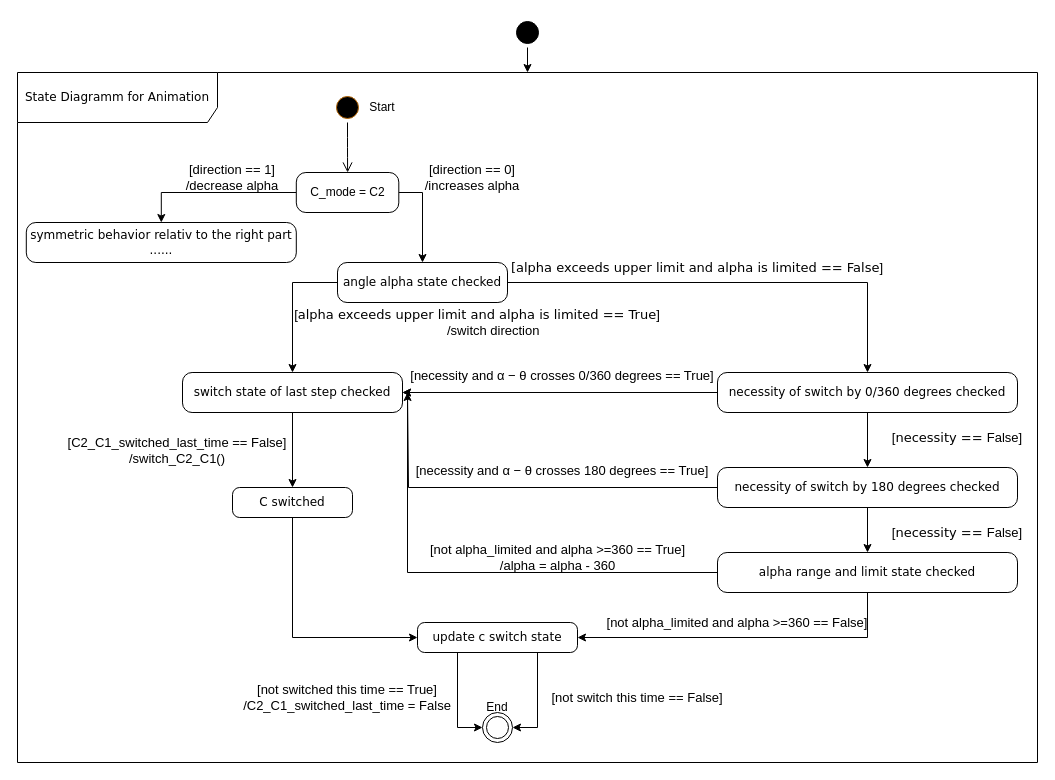
einsflash/Project_Pusher_Mechanism keeps this draw.io diagram as report/figures/animation_state_diagramm_1.drawio. Above is the earlier version. Source tidied: cells renumbered, new cells numbered last; positions are measured from the earlier drawing's top-left corner, leaving out a move shared by most shapes. Both pictures are drawn from the tidied source at 100%, with x=0, y=0 at pixel (17, 17).
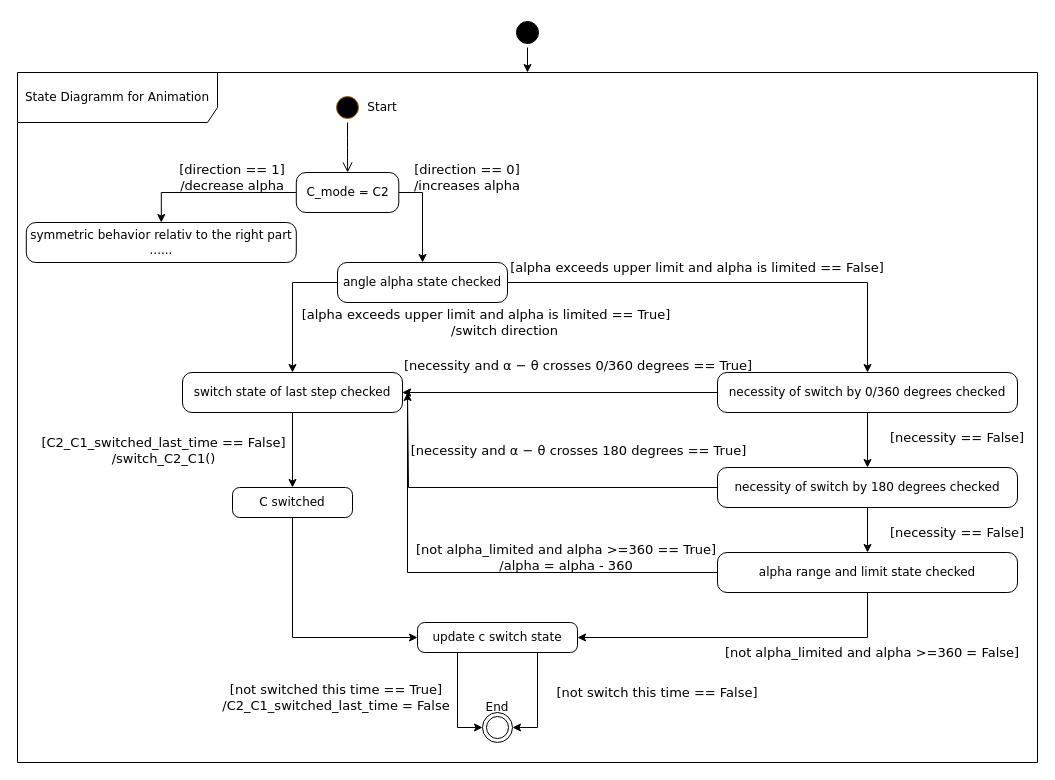
The same diagram, later.

Commit message (it also covers changes not shown here):
animation state diagramm fixed

Unchanged cells that the change refers to:
```xml
<mxCell id="2" value="State Diagramm for Animation" style="shape=umlFrame;whiteSpace=wrap;html=1;rounded=1;shadow=0;comic=0;labelBackgroundColor=none;strokeWidth=1;fontFamily=Verdana;fontSize=12;align=center;width=200;height=50;" parent="1" vertex="1">
  <mxGeometry y="55" width="1020" height="690" as="geometry" />
</mxCell>
<mxCell id="6" value="angle alpha state checked" style="rounded=1;whiteSpace=wrap;html=1;arcSize=24;shadow=0;comic=0;labelBackgroundColor=none;fontFamily=Verdana;fontSize=12;align=center;" parent="1" vertex="1">
  <mxGeometry x="320" y="245" width="170" height="40" as="geometry" />
</mxCell>
<mxCell id="7" value="symmetric behavior relativ to the right part&lt;div&gt;......&lt;/div&gt;" style="rounded=1;whiteSpace=wrap;html=1;arcSize=24;shadow=0;comic=0;labelBackgroundColor=none;fontFamily=Verdana;fontSize=12;align=center;" parent="1" vertex="1">
  <mxGeometry x="8.8" y="205" width="270" height="40" as="geometry" />
</mxCell>
<mxCell id="16" value="switch state of last step checked" style="rounded=1;whiteSpace=wrap;html=1;arcSize=24;shadow=0;comic=0;labelBackgroundColor=none;fontFamily=Verdana;fontSize=12;align=center;" parent="1" vertex="1">
  <mxGeometry x="165" y="355" width="220" height="40" as="geometry" />
</mxCell>
<mxCell id="19" value="C switched" style="rounded=1;whiteSpace=wrap;html=1;arcSize=24;shadow=0;comic=0;labelBackgroundColor=none;fontFamily=Verdana;fontSize=12;align=center;" parent="1" vertex="1">
  <mxGeometry x="215" y="470" width="120" height="30" as="geometry" />
</mxCell>
<mxCell id="23" value="necessity of switch by 0/360 degrees checked" style="rounded=1;whiteSpace=wrap;html=1;arcSize=24;shadow=0;comic=0;labelBackgroundColor=none;fontFamily=Verdana;fontSize=12;align=center;" parent="1" vertex="1">
  <mxGeometry x="700" y="355" width="300" height="40" as="geometry" />
</mxCell>
<mxCell id="25" style="ellipse;html=1;shape=startState;rounded=1;shadow=0;comic=0;labelBackgroundColor=none;fontFamily=Verdana;fontSize=12;align=center;direction=south;fillColor=#000000;strokeColor=#000000;" parent="1" vertex="1">
  <mxGeometry x="495" width="30" height="30" as="geometry" />
</mxCell>
<mxCell id="29" value="necessity of switch by 180 degrees checked" style="rounded=1;whiteSpace=wrap;html=1;arcSize=24;shadow=0;comic=0;labelBackgroundColor=none;fontFamily=Verdana;fontSize=12;align=center;" parent="1" vertex="1">
  <mxGeometry x="700" y="450" width="300" height="40" as="geometry" />
</mxCell>
<mxCell id="33" value="alpha range and limit state checked" style="rounded=1;whiteSpace=wrap;html=1;arcSize=24;shadow=0;comic=0;labelBackgroundColor=none;fontFamily=Verdana;fontSize=12;align=center;" parent="1" vertex="1">
  <mxGeometry x="700" y="535" width="300" height="40" as="geometry" />
</mxCell>
<mxCell id="35" style="ellipse;html=1;shape=endState;rounded=1;shadow=0;comic=0;labelBackgroundColor=none;fontFamily=Verdana;fontSize=12;align=center;" parent="1" vertex="1">
  <mxGeometry x="465" y="695" width="30" height="30" as="geometry" />
</mxCell>
<mxCell id="41" value="update c switch state" style="rounded=1;whiteSpace=wrap;html=1;arcSize=24;shadow=0;comic=0;labelBackgroundColor=none;fontFamily=Verdana;fontSize=12;align=center;" parent="1" vertex="1">
  <mxGeometry x="400" y="605" width="160" height="30" as="geometry" />
</mxCell>
```

The edit, as a diff of the source:
```diff
@@
-    <mxCell id="4" style="edgeStyle=orthogonalEdgeStyle;rounded=0;jettySize=auto;html=1;exitX=0;exitY=0.5;exitDx=0;exitDy=0;" parent="1" edge="1" source="6" target="16">
+    <mxCell id="4" style="edgeStyle=orthogonalEdgeStyle;rounded=0;jettySize=auto;html=1;exitX=0;exitY=0.5;exitDx=0;exitDy=0;fontFamily=Verdana;" parent="1" edge="1" source="6" target="16">
       <mxGeometry relative="1" as="geometry" />
     </mxCell>
-    <mxCell id="5" style="edgeStyle=orthogonalEdgeStyle;rounded=0;jettySize=auto;html=1;exitX=1;exitY=0.5;exitDx=0;exitDy=0;" parent="1" edge="1" source="6" target="23">
+    <mxCell id="5" style="edgeStyle=orthogonalEdgeStyle;rounded=0;jettySize=auto;html=1;exitX=1;exitY=0.5;exitDx=0;exitDy=0;fontFamily=Verdana;" parent="1" edge="1" source="6" target="23">
       <mxGeometry relative="1" as="geometry" />
     </mxCell>
@@
-    <mxCell id="9" value="&lt;font style=&quot;font-size: 13px;&quot;&gt;[direction == 1]&lt;/font&gt;&lt;div&gt;&lt;font style=&quot;font-size: 13px;&quot;&gt;/decrease alpha&lt;/font&gt;&lt;/div&gt;" style="text;html=1;align=center;verticalAlign=middle;whiteSpace=wrap;rounded=0;" parent="1" vertex="1">
+    <mxCell id="9" value="&lt;font style=&quot;font-size: 13px;&quot;&gt;[direction == 1]&lt;/font&gt;&lt;div&gt;&lt;font style=&quot;font-size: 13px;&quot;&gt;/decrease alpha&lt;/font&gt;&lt;/div&gt;" style="text;html=1;align=center;verticalAlign=middle;whiteSpace=wrap;rounded=0;fontFamily=Verdana;" parent="1" vertex="1">
       <mxGeometry x="130" y="145" width="170" height="30" as="geometry" />
     </mxCell>
-    <mxCell id="10" value="&lt;font style=&quot;font-size: 13px;&quot;&gt;[direction == 0]&lt;/font&gt;&lt;div&gt;&lt;font style=&quot;font-size: 13px;&quot;&gt;/increases alpha&lt;/font&gt;&lt;/div&gt;" style="text;html=1;align=center;verticalAlign=middle;whiteSpace=wrap;rounded=0;" parent="1" vertex="1">
-      <mxGeometry x="370" y="145" width="170" height="30" as="geometry" />
+    <mxCell id="10" value="&lt;font style=&quot;font-size: 13px;&quot;&gt;[direction == 0]&lt;/font&gt;&lt;div&gt;&lt;font style=&quot;font-size: 13px;&quot;&gt;/increases alpha&lt;/font&gt;&lt;/div&gt;" style="text;html=1;align=center;verticalAlign=middle;whiteSpace=wrap;rounded=0;fontFamily=Verdana;" parent="1" vertex="1">
+      <mxGeometry x="370" y="145" width="160" height="30" as="geometry" />
     </mxCell>
-    <mxCell id="11" style="edgeStyle=orthogonalEdgeStyle;rounded=0;jettySize=auto;html=1;exitX=1;exitY=0.5;exitDx=0;exitDy=0;" parent="1" edge="1" source="13" target="6">
+    <mxCell id="11" style="edgeStyle=orthogonalEdgeStyle;rounded=0;jettySize=auto;html=1;exitX=1;exitY=0.5;exitDx=0;exitDy=0;fontFamily=Verdana;" parent="1" edge="1" source="13" target="6">
       <mxGeometry relative="1" as="geometry" />
     </mxCell>
-    <mxCell id="12" style="edgeStyle=orthogonalEdgeStyle;rounded=0;jettySize=auto;html=1;exitX=0;exitY=0.5;exitDx=0;exitDy=0;" parent="1" edge="1" source="13" target="7">
+    <mxCell id="12" style="edgeStyle=orthogonalEdgeStyle;rounded=0;jettySize=auto;html=1;exitX=0;exitY=0.5;exitDx=0;exitDy=0;fontFamily=Verdana;" parent="1" edge="1" source="13" target="7">
       <mxGeometry relative="1" as="geometry" />
     </mxCell>
-    <mxCell id="13" value="&lt;span style=&quot;font-family: Helvetica;&quot;&gt;C_mode = C2&lt;/span&gt;" style="rounded=1;whiteSpace=wrap;html=1;arcSize=24;shadow=0;comic=0;labelBackgroundColor=none;fontFamily=Verdana;fontSize=12;align=center;" parent="1" vertex="1">
+    <mxCell id="13" value="&lt;span style=&quot;&quot;&gt;C_mode = C2&lt;/span&gt;" style="rounded=1;whiteSpace=wrap;html=1;arcSize=24;shadow=0;comic=0;labelBackgroundColor=none;fontFamily=Verdana;fontSize=12;align=center;" parent="1" vertex="1">
       <mxGeometry x="278.8" y="155" width="102.5" height="40" as="geometry" />
     </mxCell>
-    <mxCell id="14" value="Start" style="text;html=1;align=center;verticalAlign=middle;whiteSpace=wrap;rounded=0;" parent="1" vertex="1">
+    <mxCell id="14" value="Start" style="text;html=1;align=center;verticalAlign=middle;whiteSpace=wrap;rounded=0;fontFamily=Verdana;" parent="1" vertex="1">
       <mxGeometry x="335" y="75" width="60" height="30" as="geometry" />
     </mxCell>
-    <mxCell id="15" style="edgeStyle=orthogonalEdgeStyle;rounded=0;jettySize=auto;html=1;exitX=0.5;exitY=1;exitDx=0;exitDy=0;entryX=0.5;entryY=0;entryDx=0;entryDy=0;" parent="1" edge="1" source="16" target="19">
+    <mxCell id="15" style="edgeStyle=orthogonalEdgeStyle;rounded=0;jettySize=auto;html=1;exitX=0.5;exitY=1;exitDx=0;exitDy=0;entryX=0.5;entryY=0;entryDx=0;entryDy=0;fontFamily=Verdana;" parent="1" edge="1" source="16" target="19">
       <mxGeometry relative="1" as="geometry" />
     </mxCell>
@@
-    <mxCell id="17" value="&lt;font style=&quot;font-size: 13px;&quot;&gt;[&lt;span style=&quot;font-family: Verdana;&quot;&gt;alpha exceeds upper limit&amp;nbsp;&lt;/span&gt;&lt;span style=&quot;font-family: Verdana; background-color: initial;&quot;&gt;and alpha is limited == True&lt;/span&gt;]&lt;/font&gt;&lt;div&gt;&lt;font style=&quot;font-size: 13px;&quot;&gt;&amp;nbsp; &amp;nbsp; &amp;nbsp; &amp;nbsp; &amp;nbsp;/switch direction&lt;/font&gt;&lt;/div&gt;" style="text;html=1;align=center;verticalAlign=middle;whiteSpace=wrap;rounded=0;" parent="1" vertex="1">
-      <mxGeometry x="270" y="290" width="380" height="30" as="geometry" />
+    <mxCell id="17" value="&lt;font style=&quot;font-size: 13px;&quot;&gt;[&lt;span style=&quot;&quot;&gt;alpha exceeds upper limit&amp;nbsp;&lt;/span&gt;&lt;span style=&quot;background-color: initial;&quot;&gt;and alpha is limited == True&lt;/span&gt;]&lt;/font&gt;&lt;div&gt;&lt;font style=&quot;font-size: 13px;&quot;&gt;&amp;nbsp; &amp;nbsp; &amp;nbsp; &amp;nbsp; &amp;nbsp;/switch direction&lt;/font&gt;&lt;/div&gt;" style="text;html=1;align=center;verticalAlign=middle;whiteSpace=wrap;rounded=0;fontFamily=Verdana;" parent="1" vertex="1">
+      <mxGeometry x="278.8" y="290" width="380" height="30" as="geometry" />
     </mxCell>
-    <mxCell id="18" style="edgeStyle=orthogonalEdgeStyle;rounded=0;jettySize=auto;html=1;exitX=0.5;exitY=1;exitDx=0;exitDy=0;entryX=0;entryY=0.5;entryDx=0;entryDy=0;" parent="1" edge="1" source="19" target="41">
+    <mxCell id="18" style="edgeStyle=orthogonalEdgeStyle;rounded=0;jettySize=auto;html=1;exitX=0.5;exitY=1;exitDx=0;exitDy=0;entryX=0;entryY=0.5;entryDx=0;entryDy=0;fontFamily=Verdana;" parent="1" edge="1" source="19" target="41">
       <mxGeometry relative="1" as="geometry" />
     </mxCell>
@@
-    <mxCell id="20" value="&lt;font style=&quot;font-size: 13px;&quot;&gt;[C2_C1_switched_last_time == False]&lt;/font&gt;&lt;div&gt;&lt;font style=&quot;font-size: 13px;&quot;&gt;/switch_C2_C1()&lt;/font&gt;&lt;/div&gt;" style="text;html=1;align=center;verticalAlign=middle;whiteSpace=wrap;rounded=0;" parent="1" vertex="1">
-      <mxGeometry x="45" y="415" width="230" height="35" as="geometry" />
+    <mxCell id="20" value="&lt;font style=&quot;font-size: 13px;&quot;&gt;[C2_C1_switched_last_time == False]&lt;/font&gt;&lt;div&gt;&lt;font style=&quot;font-size: 13px;&quot;&gt;/switch_C2_C1()&lt;/font&gt;&lt;/div&gt;" style="text;html=1;align=center;verticalAlign=middle;whiteSpace=wrap;rounded=0;fontFamily=Verdana;" parent="1" vertex="1">
+      <mxGeometry x="13.8" y="415" width="265" height="35" as="geometry" />
     </mxCell>
-    <mxCell id="21" style="edgeStyle=orthogonalEdgeStyle;rounded=0;jettySize=auto;html=1;exitX=0.5;exitY=1;exitDx=0;exitDy=0;" parent="1" edge="1" source="23" target="29">
+    <mxCell id="21" style="edgeStyle=orthogonalEdgeStyle;rounded=0;jettySize=auto;html=1;exitX=0.5;exitY=1;exitDx=0;exitDy=0;fontFamily=Verdana;" parent="1" edge="1" source="23" target="29">
       <mxGeometry relative="1" as="geometry" />
     </mxCell>
-    <mxCell id="22" style="edgeStyle=orthogonalEdgeStyle;rounded=0;jettySize=auto;html=1;exitX=0;exitY=0.5;exitDx=0;exitDy=0;entryX=1;entryY=0.5;entryDx=0;entryDy=0;" parent="1" edge="1" source="23" target="16">
+    <mxCell id="22" style="edgeStyle=orthogonalEdgeStyle;rounded=0;jettySize=auto;html=1;exitX=0;exitY=0.5;exitDx=0;exitDy=0;entryX=1;entryY=0.5;entryDx=0;entryDy=0;fontFamily=Verdana;" parent="1" edge="1" source="23" target="16">
       <mxGeometry relative="1" as="geometry" />
     </mxCell>
@@
-    <mxCell id="24" style="edgeStyle=orthogonalEdgeStyle;rounded=0;jettySize=auto;html=1;exitX=1;exitY=0.5;exitDx=0;exitDy=0;" parent="1" edge="1" source="25" target="2">
+    <mxCell id="24" style="edgeStyle=orthogonalEdgeStyle;rounded=0;jettySize=auto;html=1;exitX=1;exitY=0.5;exitDx=0;exitDy=0;fontFamily=Verdana;" parent="1" edge="1" source="25" target="2">
       <mxGeometry relative="1" as="geometry" />
     </mxCell>
@@
-    <mxCell id="26" value="&lt;font style=&quot;font-size: 13px;&quot;&gt;&lt;span style=&quot;font-family: Verdana;&quot;&gt;[alpha exceeds upper limit&amp;nbsp;&lt;/span&gt;&lt;span style=&quot;background-color: initial; font-family: Verdana;&quot;&gt;and alpha is limited == False&lt;/span&gt;]&lt;/font&gt;" style="text;html=1;align=center;verticalAlign=middle;whiteSpace=wrap;rounded=0;" parent="1" vertex="1">
+    <mxCell id="26" value="&lt;font style=&quot;font-size: 13px;&quot;&gt;&lt;span style=&quot;&quot;&gt;[alpha exceeds upper limit&amp;nbsp;&lt;/span&gt;&lt;span style=&quot;background-color: initial;&quot;&gt;and alpha is limited == False&lt;/span&gt;]&lt;/font&gt;" style="text;html=1;align=center;verticalAlign=middle;whiteSpace=wrap;rounded=0;fontFamily=Verdana;" parent="1" vertex="1">
       <mxGeometry x="490" y="235" width="380" height="30" as="geometry" />
     </mxCell>
-    <mxCell id="27" style="edgeStyle=orthogonalEdgeStyle;rounded=0;jettySize=auto;html=1;exitX=0.5;exitY=1;exitDx=0;exitDy=0;entryX=0.5;entryY=0;entryDx=0;entryDy=0;" parent="1" edge="1" source="29" target="33">
+    <mxCell id="27" style="edgeStyle=orthogonalEdgeStyle;rounded=0;jettySize=auto;html=1;exitX=0.5;exitY=1;exitDx=0;exitDy=0;entryX=0.5;entryY=0;entryDx=0;entryDy=0;fontFamily=Verdana;" parent="1" edge="1" source="29" target="33">
       <mxGeometry relative="1" as="geometry" />
     </mxCell>
-    <mxCell id="28" style="edgeStyle=orthogonalEdgeStyle;rounded=0;jettySize=auto;html=1;exitX=0;exitY=0.5;exitDx=0;exitDy=0;" parent="1" edge="1" source="29">
+    <mxCell id="28" style="edgeStyle=orthogonalEdgeStyle;rounded=0;jettySize=auto;html=1;exitX=0;exitY=0.5;exitDx=0;exitDy=0;fontFamily=Verdana;" parent="1" edge="1" source="29">
       <mxGeometry relative="1" as="geometry">
         <mxPoint x="390" y="375" as="targetPoint" />
         <Array as="points">
           <mxPoint x="391" y="470" />
           <mxPoint x="391" y="375" />
         </Array>
       </mxGeometry>
     </mxCell>
@@
-    <mxCell id="30" value="&lt;font style=&quot;font-size: 13px;&quot;&gt;[&lt;span style=&quot;font-family: Verdana;&quot;&gt;necessity ==&amp;nbsp;&lt;/span&gt;False]&lt;/font&gt;" style="text;html=1;align=center;verticalAlign=middle;whiteSpace=wrap;rounded=0;" parent="1" vertex="1">
+    <mxCell id="30" value="&lt;font style=&quot;font-size: 13px;&quot;&gt;[&lt;span style=&quot;&quot;&gt;necessity ==&amp;nbsp;&lt;/span&gt;False]&lt;/font&gt;" style="text;html=1;align=center;verticalAlign=middle;whiteSpace=wrap;rounded=0;fontFamily=Verdana;" parent="1" vertex="1">
       <mxGeometry x="870" y="405" width="140" height="30" as="geometry" />
     </mxCell>
-    <mxCell id="31" style="edgeStyle=orthogonalEdgeStyle;rounded=0;jettySize=auto;html=1;exitX=0;exitY=0.5;exitDx=0;exitDy=0;entryX=1;entryY=0.5;entryDx=0;entryDy=0;" parent="1" edge="1" source="33" target="16">
+    <mxCell id="31" style="edgeStyle=orthogonalEdgeStyle;rounded=0;jettySize=auto;html=1;exitX=0;exitY=0.5;exitDx=0;exitDy=0;entryX=1;entryY=0.5;entryDx=0;entryDy=0;fontFamily=Verdana;" parent="1" edge="1" source="33" target="16">
       <mxGeometry relative="1" as="geometry">
         <Array as="points">
           <mxPoint x="390" y="555" />
           <mxPoint x="390" y="375" />
         </Array>
       </mxGeometry>
     </mxCell>
-    <mxCell id="32" style="edgeStyle=orthogonalEdgeStyle;rounded=0;jettySize=auto;html=1;exitX=0.5;exitY=1;exitDx=0;exitDy=0;entryX=1;entryY=0.5;entryDx=0;entryDy=0;" parent="1" edge="1" source="33" target="41">
+    <mxCell id="32" style="edgeStyle=orthogonalEdgeStyle;rounded=0;jettySize=auto;html=1;exitX=0.5;exitY=1;exitDx=0;exitDy=0;entryX=1;entryY=0.5;entryDx=0;entryDy=0;fontFamily=Verdana;" parent="1" edge="1" source="33" target="41">
       <mxGeometry relative="1" as="geometry" />
     </mxCell>
@@
-    <mxCell id="34" value="&lt;font style=&quot;font-size: 13px;&quot;&gt;[&lt;span style=&quot;font-family: Verdana;&quot;&gt;necessity ==&amp;nbsp;&lt;/span&gt;False]&lt;/font&gt;" style="text;html=1;align=center;verticalAlign=middle;whiteSpace=wrap;rounded=0;" parent="1" vertex="1">
+    <mxCell id="34" value="&lt;font style=&quot;font-size: 13px;&quot;&gt;[&lt;span style=&quot;&quot;&gt;necessity ==&amp;nbsp;&lt;/span&gt;False]&lt;/font&gt;" style="text;html=1;align=center;verticalAlign=middle;whiteSpace=wrap;rounded=0;fontFamily=Verdana;" parent="1" vertex="1">
       <mxGeometry x="870" y="500" width="140" height="30" as="geometry" />
     </mxCell>
@@
-    <mxCell id="36" value="&lt;font style=&quot;font-size: 13px;&quot;&gt;[not alpha_limited and alpha &amp;gt;=360 == True]&lt;/font&gt;&lt;div&gt;&lt;font style=&quot;font-size: 13px;&quot;&gt;/alpha = alpha - 360&lt;/font&gt;&lt;/div&gt;" style="text;html=1;align=center;verticalAlign=middle;whiteSpace=wrap;rounded=0;" parent="1" vertex="1">
-      <mxGeometry x="402.5" y="525" width="275" height="30" as="geometry" />
+    <mxCell id="36" value="&lt;font style=&quot;font-size: 13px;&quot;&gt;[not alpha_limited and alpha &amp;gt;=360 == True]&lt;/font&gt;&lt;div&gt;&lt;font style=&quot;font-size: 13px;&quot;&gt;/alpha = alpha - 360&lt;/font&gt;&lt;/div&gt;" style="text;html=1;align=center;verticalAlign=middle;whiteSpace=wrap;rounded=0;fontFamily=Verdana;" parent="1" vertex="1">
+      <mxGeometry x="395" y="525" width="307.5" height="30" as="geometry" />
     </mxCell>
-    <mxCell id="37" value="&lt;font style=&quot;font-size: 13px;&quot;&gt;[not alpha_limited and alpha &amp;gt;=360 == False]&lt;/font&gt;" style="text;html=1;align=center;verticalAlign=middle;whiteSpace=wrap;rounded=0;" parent="1" vertex="1">
-      <mxGeometry x="580" y="590" width="280" height="30" as="geometry" />
+    <mxCell id="37" value="&lt;font style=&quot;font-size: 13px;&quot;&gt;[not alpha_limited and alpha &amp;gt;=360 = False]&lt;/font&gt;" style="text;html=1;align=center;verticalAlign=middle;whiteSpace=wrap;rounded=0;fontFamily=Verdana;" parent="1" vertex="1">
+      <mxGeometry x="700" y="620" width="310" height="30" as="geometry" />
     </mxCell>
-    <mxCell id="38" value="End" style="text;html=1;align=center;verticalAlign=middle;whiteSpace=wrap;rounded=0;" parent="1" vertex="1">
+    <mxCell id="38" value="End" style="text;html=1;align=center;verticalAlign=middle;whiteSpace=wrap;rounded=0;fontFamily=Verdana;" parent="1" vertex="1">
       <mxGeometry x="450" y="675" width="60" height="30" as="geometry" />
     </mxCell>
-    <mxCell id="39" style="edgeStyle=orthogonalEdgeStyle;rounded=0;jettySize=auto;html=1;exitX=0.25;exitY=1;exitDx=0;exitDy=0;entryX=0;entryY=0.5;entryDx=0;entryDy=0;" parent="1" edge="1" source="41" target="35">
+    <mxCell id="39" style="edgeStyle=orthogonalEdgeStyle;rounded=0;jettySize=auto;html=1;exitX=0.25;exitY=1;exitDx=0;exitDy=0;entryX=0;entryY=0.5;entryDx=0;entryDy=0;fontFamily=Verdana;" parent="1" edge="1" source="41" target="35">
       <mxGeometry relative="1" as="geometry" />
     </mxCell>
-    <mxCell id="40" style="edgeStyle=orthogonalEdgeStyle;rounded=0;jettySize=auto;html=1;exitX=0.75;exitY=1;exitDx=0;exitDy=0;entryX=1;entryY=0.5;entryDx=0;entryDy=0;" parent="1" edge="1" source="41" target="35">
+    <mxCell id="40" style="edgeStyle=orthogonalEdgeStyle;rounded=0;jettySize=auto;html=1;exitX=0.75;exitY=1;exitDx=0;exitDy=0;entryX=1;entryY=0.5;entryDx=0;entryDy=0;fontFamily=Verdana;" parent="1" edge="1" source="41" target="35">
       <mxGeometry relative="1" as="geometry">
         <Array as="points">
           <mxPoint x="520" y="710" />
         </Array>
       </mxGeometry>
     </mxCell>
@@
-    <mxCell id="42" value="&lt;font style=&quot;font-size: 13px;&quot;&gt;[not switched this time == True]&lt;/font&gt;&lt;div&gt;&lt;font style=&quot;font-size: 13px;&quot;&gt;/C2_C1_switched_last_time = False&lt;/font&gt;&lt;/div&gt;" style="text;html=1;align=center;verticalAlign=middle;whiteSpace=wrap;rounded=0;" parent="1" vertex="1">
-      <mxGeometry x="211.2" y="665" width="237.5" height="30" as="geometry" />
+    <mxCell id="42" value="&lt;font style=&quot;font-size: 13px;&quot;&gt;[not switched this time == True]&lt;/font&gt;&lt;div&gt;&lt;font style=&quot;font-size: 13px;&quot;&gt;/C2_C1_switched_last_time = False&lt;/font&gt;&lt;/div&gt;" style="text;html=1;align=center;verticalAlign=middle;whiteSpace=wrap;rounded=0;fontFamily=Verdana;" parent="1" vertex="1">
+      <mxGeometry x="200" y="665" width="237.5" height="30" as="geometry" />
     </mxCell>
-    <mxCell id="43" value="&lt;font style=&quot;font-size: 13px;&quot;&gt;[not switch this time == False]&lt;/font&gt;" style="text;html=1;align=center;verticalAlign=middle;whiteSpace=wrap;rounded=0;" parent="1" vertex="1">
-      <mxGeometry x="530" y="665" width="180" height="30" as="geometry" />
+    <mxCell id="43" value="&lt;font style=&quot;font-size: 13px;&quot;&gt;[not switch this time == False]&lt;/font&gt;" style="text;html=1;align=center;verticalAlign=middle;whiteSpace=wrap;rounded=0;fontFamily=Verdana;" parent="1" vertex="1">
+      <mxGeometry x="525" y="660" width="230" height="30" as="geometry" />
     </mxCell>
-    <mxCell id="44" value="&lt;span style=&quot;font-size: 13px;&quot;&gt;[necessity and&amp;nbsp;&lt;/span&gt;&lt;span style=&quot;background-color: initial;&quot;&gt;&lt;span style=&quot;font-size: 13px;&quot;&gt;α − θ crosses 180 degrees == True]&lt;/span&gt;&lt;/span&gt;" style="text;html=1;align=center;verticalAlign=middle;whiteSpace=wrap;rounded=0;" parent="1" vertex="1">
-      <mxGeometry x="395" y="435" width="300" height="35" as="geometry" />
+    <mxCell id="44" value="&lt;span style=&quot;font-size: 13px;&quot;&gt;[necessity and&amp;nbsp;&lt;/span&gt;&lt;span style=&quot;background-color: initial;&quot;&gt;&lt;span style=&quot;font-size: 13px;&quot;&gt;α − θ crosses 180 degrees == True]&lt;/span&gt;&lt;/span&gt;" style="text;html=1;align=center;verticalAlign=middle;whiteSpace=wrap;rounded=0;fontFamily=Verdana;" parent="1" vertex="1">
+      <mxGeometry x="388.8" y="415" width="345" height="35" as="geometry" />
     </mxCell>
-    <mxCell id="45" value="&lt;span style=&quot;font-size: 13px;&quot;&gt;[necessity and&amp;nbsp;&lt;/span&gt;&lt;span style=&quot;background-color: initial;&quot;&gt;&lt;span style=&quot;font-size: 13px;&quot;&gt;α − θ crosses 0/360 degrees&amp;nbsp;== True]&lt;/span&gt;&lt;/span&gt;" style="text;html=1;align=center;verticalAlign=middle;whiteSpace=wrap;rounded=0;" parent="1" vertex="1">
-      <mxGeometry x="390" y="340" width="310" height="35" as="geometry" />
+    <mxCell id="45" value="&lt;span style=&quot;font-size: 13px;&quot;&gt;[necessity and&amp;nbsp;&lt;/span&gt;&lt;span style=&quot;background-color: initial;&quot;&gt;&lt;span style=&quot;font-size: 13px;&quot;&gt;α − θ crosses 0/360 degrees&amp;nbsp;== True]&lt;/span&gt;&lt;/span&gt;" style="text;html=1;align=center;verticalAlign=middle;whiteSpace=wrap;rounded=0;fontFamily=Verdana;" parent="1" vertex="1">
+      <mxGeometry x="381.2" y="330" width="360" height="35" as="geometry" />
     </mxCell>
```
